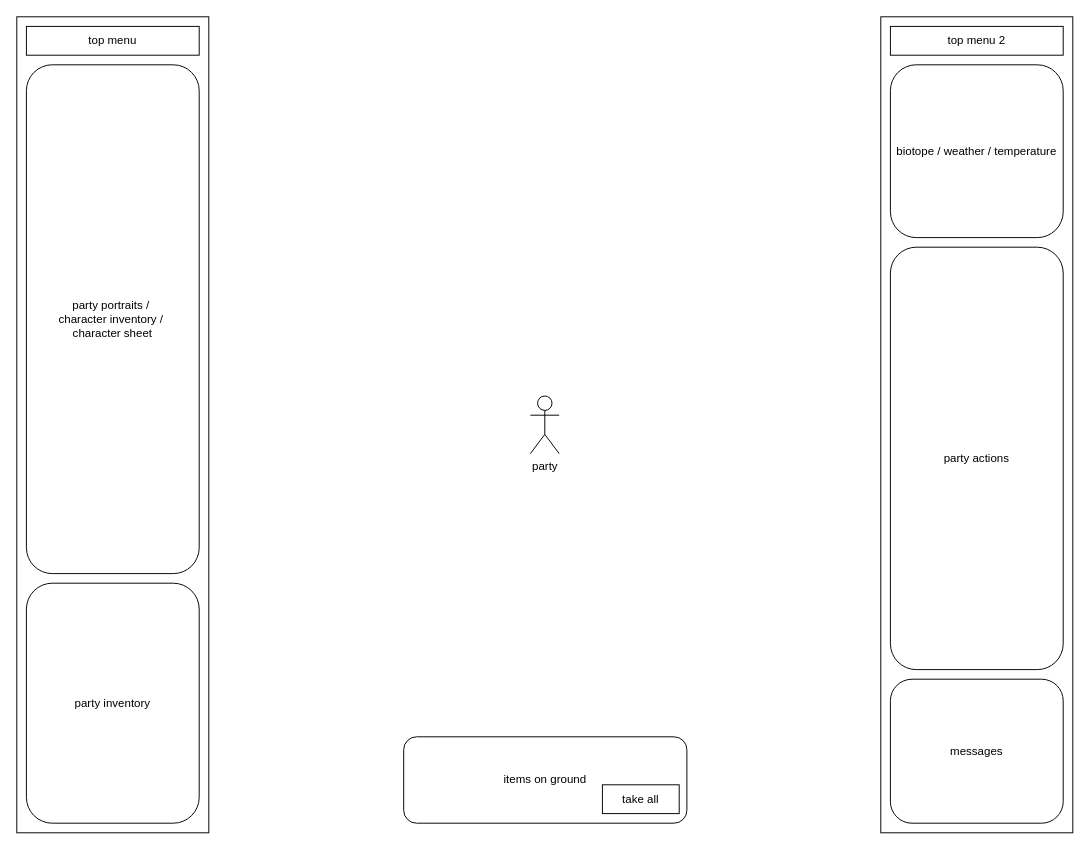
lotcz/heroes keeps this draw.io diagram as doc/UI.drawio. Above is the earlier version. Source tidied: cells renumbered, new cells numbered last; positions are measured from the earlier drawing's top-left corner, leaving out a move shared by most shapes. Both pictures are drawn from the tidied source at 96%, with x=0, y=0 at pixel (16, 16).
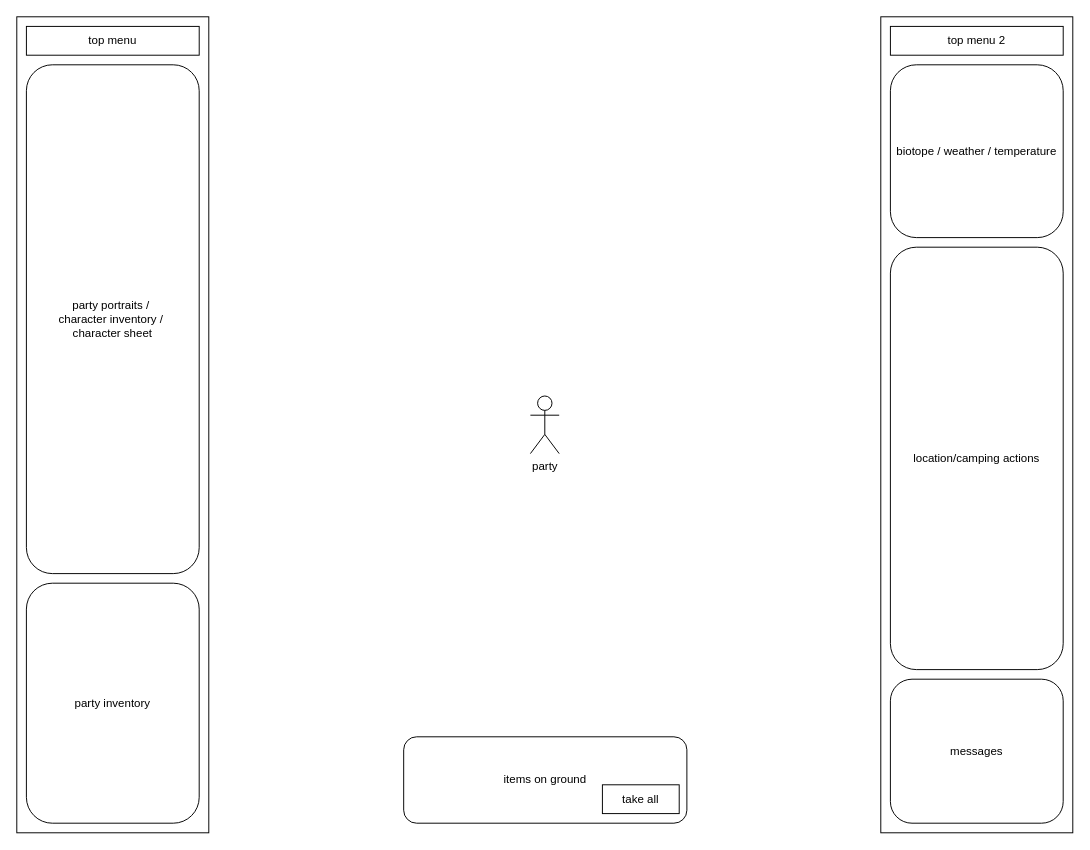
After the change.

What changed in the source:
```diff
@@
 <mxGraphModel>
   <root>
     <mxCell id="0" />
     <mxCell id="1" parent="0" />
     <mxCell id="2" style="rounded=0;whiteSpace=wrap;html=1;" parent="1" vertex="1">
       <mxGeometry x="900" width="200" height="850" as="geometry" />
     </mxCell>
     <mxCell id="3" style="rounded=0;whiteSpace=wrap;html=1;" parent="1" vertex="1">
       <mxGeometry width="200" height="850" as="geometry" />
     </mxCell>
     <mxCell id="4" value="biotope / weather / temperature" style="rounded=1;whiteSpace=wrap;html=1;" parent="1" vertex="1">
       <mxGeometry x="910" y="50" width="180" height="180" as="geometry" />
     </mxCell>
     <mxCell id="5" value="messages" style="rounded=1;whiteSpace=wrap;html=1;" parent="1" vertex="1">
       <mxGeometry x="910" y="690" width="180" height="150" as="geometry" />
     </mxCell>
     <mxCell id="6" value="party inventory" style="rounded=1;whiteSpace=wrap;html=1;" parent="1" vertex="1">
       <mxGeometry x="10" y="590" width="180" height="250" as="geometry" />
     </mxCell>
     <mxCell id="7" value="top menu" style="rounded=0;whiteSpace=wrap;html=1;" parent="1" vertex="1">
       <mxGeometry x="10" y="10" width="180" height="30" as="geometry" />
     </mxCell>
     <mxCell id="8" value="party portraits /&amp;nbsp;&lt;div&gt;character inventory /&amp;nbsp;&lt;/div&gt;&lt;div&gt;character sheet&lt;/div&gt;" style="rounded=1;whiteSpace=wrap;html=1;" parent="1" vertex="1">
       <mxGeometry x="10" y="50" width="180" height="530" as="geometry" />
     </mxCell>
     <mxCell id="9" value="party" style="shape=umlActor;verticalLabelPosition=bottom;verticalAlign=top;html=1;" parent="1" vertex="1">
       <mxGeometry x="535" y="395" width="30" height="60" as="geometry" />
     </mxCell>
     <mxCell id="10" value="items on ground" style="rounded=1;whiteSpace=wrap;html=1;" parent="1" vertex="1">
       <mxGeometry x="403" y="750" width="295" height="90" as="geometry" />
     </mxCell>
-    <mxCell id="11" value="party actions" style="rounded=1;whiteSpace=wrap;html=1;" parent="1" vertex="1">
+    <mxCell id="11" value="location/camping actions" style="rounded=1;whiteSpace=wrap;html=1;" parent="1" vertex="1">
       <mxGeometry x="910" y="240" width="180" height="440" as="geometry" />
     </mxCell>
     <mxCell id="12" value="top menu 2" style="rounded=0;whiteSpace=wrap;html=1;" parent="1" vertex="1">
       <mxGeometry x="910" y="10" width="180" height="30" as="geometry" />
     </mxCell>
     <mxCell id="13" value="take all" style="rounded=0;whiteSpace=wrap;html=1;" parent="1" vertex="1">
       <mxGeometry x="610" y="800" width="80" height="30" as="geometry" />
     </mxCell>
   </root>
 </mxGraphModel>
```
